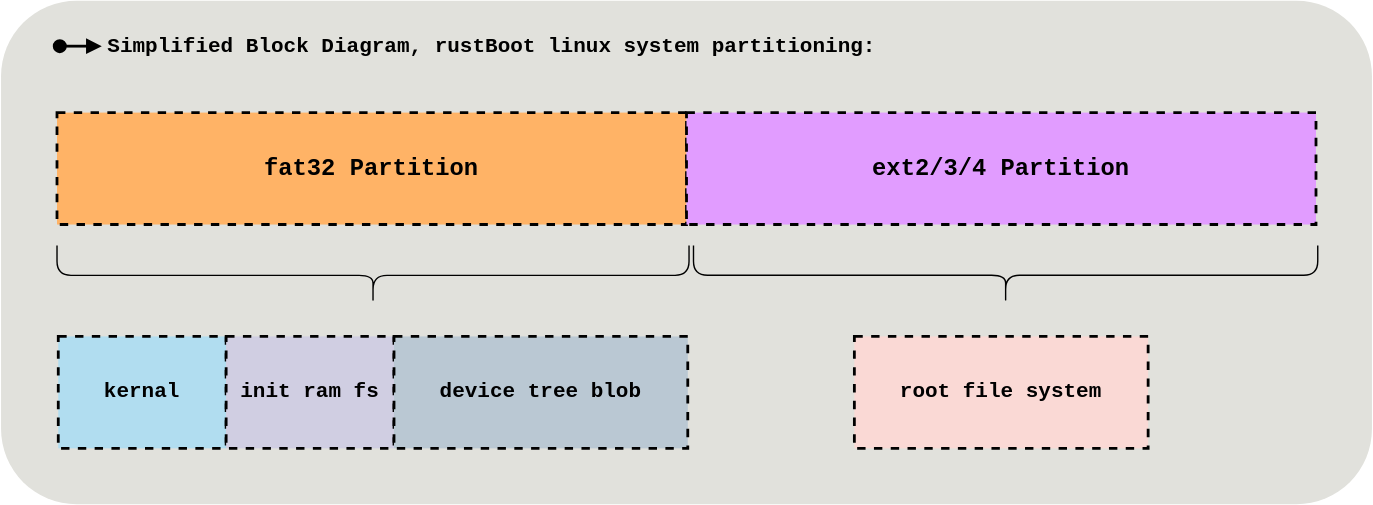
Earlier version of the draw.io export linux_partition.svg (imrank03/rustBoot-book-diagrams). Source tidied: cells renumbered, new cells last; positions are measured from the earlier drawing's top-left corner, leaving out a move shared by most shapes.
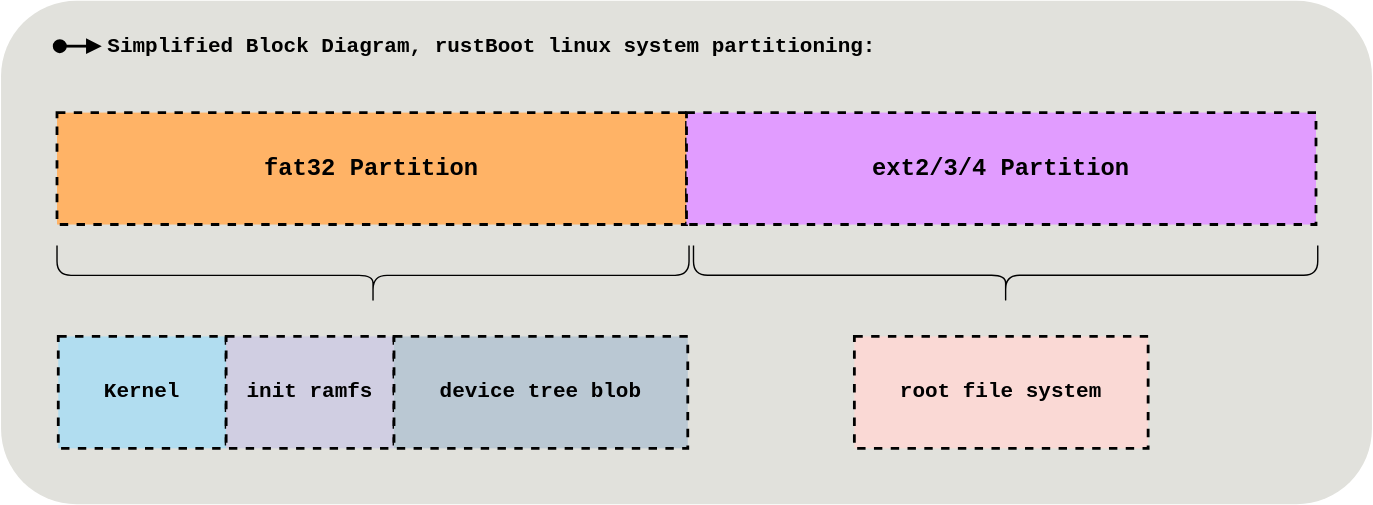
The same diagram one commit later.

Commit message:
updated linux partition diagram

Change to the diagram source:
```diff
@@ -23,10 +23,10 @@
         </Array>
       </mxGeometry>
     </mxCell>
-    <mxCell id="7" value="&lt;div style=&quot;font-family: &amp;#34;menlo&amp;#34; , &amp;#34;monaco&amp;#34; , &amp;#34;courier new&amp;#34; , monospace ; line-height: 18px ; font-size: 15px&quot;&gt;kernal&lt;/div&gt;" style="rounded=0;whiteSpace=wrap;html=1;dashed=1;strokeWidth=2;strokeColor=#000000;fillColor=#b1ddf0;labelBorderColor=none;labelBackgroundColor=none;fontStyle=1;fontSize=15;glass=0;" parent="1" vertex="1">
+    <mxCell id="7" value="&lt;div style=&quot;font-family: &amp;#34;menlo&amp;#34; , &amp;#34;monaco&amp;#34; , &amp;#34;courier new&amp;#34; , monospace ; line-height: 18px ; font-size: 15px&quot;&gt;Kernel&lt;/div&gt;" style="rounded=0;whiteSpace=wrap;html=1;dashed=1;strokeWidth=2;strokeColor=#000000;fillColor=#b1ddf0;labelBorderColor=none;labelBackgroundColor=none;fontStyle=1;fontSize=15;glass=0;" parent="1" vertex="1">
       <mxGeometry x="40.9" y="270" width="120" height="80" as="geometry" />
     </mxCell>
-    <mxCell id="8" value="&lt;div style=&quot;font-family: &amp;#34;menlo&amp;#34; , &amp;#34;monaco&amp;#34; , &amp;#34;courier new&amp;#34; , monospace ; line-height: 18px ; font-size: 15px&quot;&gt;init ram fs&lt;/div&gt;" style="rounded=0;whiteSpace=wrap;html=1;dashed=1;strokeWidth=2;strokeColor=#000000;fillColor=#d0cee2;labelBorderColor=none;labelBackgroundColor=none;fontStyle=1;fontSize=15;glass=0;" parent="1" vertex="1">
+    <mxCell id="8" value="&lt;div style=&quot;font-family: &amp;#34;menlo&amp;#34; , &amp;#34;monaco&amp;#34; , &amp;#34;courier new&amp;#34; , monospace ; line-height: 18px ; font-size: 15px&quot;&gt;init ramfs&lt;/div&gt;" style="rounded=0;whiteSpace=wrap;html=1;dashed=1;strokeWidth=2;strokeColor=#000000;fillColor=#d0cee2;labelBorderColor=none;labelBackgroundColor=none;fontStyle=1;fontSize=15;glass=0;" parent="1" vertex="1">
       <mxGeometry x="160.9" y="270" width="120" height="80" as="geometry" />
     </mxCell>
     <mxCell id="9" value="&lt;div style=&quot;font-family: &amp;#34;menlo&amp;#34; , &amp;#34;monaco&amp;#34; , &amp;#34;courier new&amp;#34; , monospace ; line-height: 18px ; font-size: 15px&quot;&gt;device tree blob&lt;/div&gt;" style="rounded=0;whiteSpace=wrap;html=1;dashed=1;strokeWidth=2;strokeColor=#000000;fillColor=#bac8d3;labelBorderColor=none;labelBackgroundColor=none;fontStyle=1;fontSize=15;glass=0;" parent="1" vertex="1">
```
